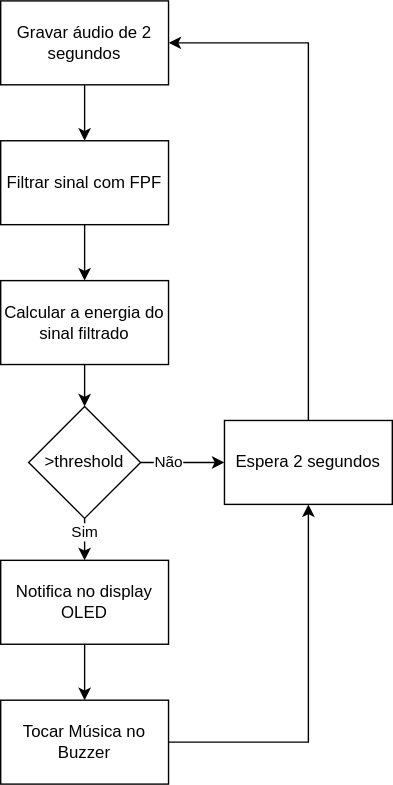
Above: diagrams/app_flowchart.svg in gabryellejs/EA801_Baby_Cry (draw.io), before the change. Source tidied: cells renumbered, new cells last; positions are measured from the earlier drawing's top-left corner, leaving out a move shared by most shapes.
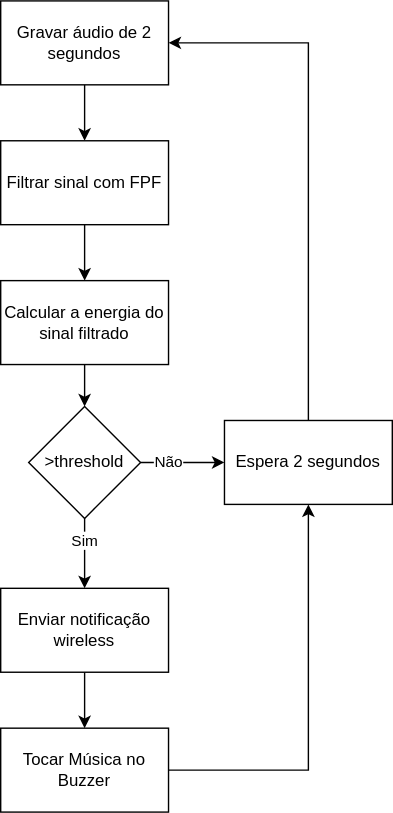
Above is the later version.

The edit, as a diff of the source:
```diff
@@ -39,13 +39,13 @@
       <mxGeometry relative="1" as="geometry" />
     </mxCell>
     <mxCell id="14" value="Tocar Música no Buzzer" style="rounded=0;whiteSpace=wrap;html=1;" parent="1" vertex="1">
-      <mxGeometry y="500" width="120" height="60" as="geometry" />
+      <mxGeometry y="520" width="120" height="60" as="geometry" />
     </mxCell>
     <mxCell id="15" style="edgeStyle=none;html=1;entryX=0.5;entryY=0;entryDx=0;entryDy=0;" parent="1" edge="1" source="16" target="14">
       <mxGeometry relative="1" as="geometry" />
     </mxCell>
-    <mxCell id="16" value="Notifica no display OLED" style="rounded=0;whiteSpace=wrap;html=1;" parent="1" vertex="1">
-      <mxGeometry y="400" width="120" height="60" as="geometry" />
+    <mxCell id="16" value="Enviar notificação wireless" style="rounded=0;whiteSpace=wrap;html=1;" parent="1" vertex="1">
+      <mxGeometry y="420" width="120" height="60" as="geometry" />
     </mxCell>
     <mxCell id="17" style="edgeStyle=orthogonalEdgeStyle;html=1;entryX=1;entryY=0.5;entryDx=0;entryDy=0;exitX=0.5;exitY=0;exitDx=0;exitDy=0;rounded=0;curved=0;" parent="1" edge="1" source="18" target="3">
       <mxGeometry relative="1" as="geometry" />
```
